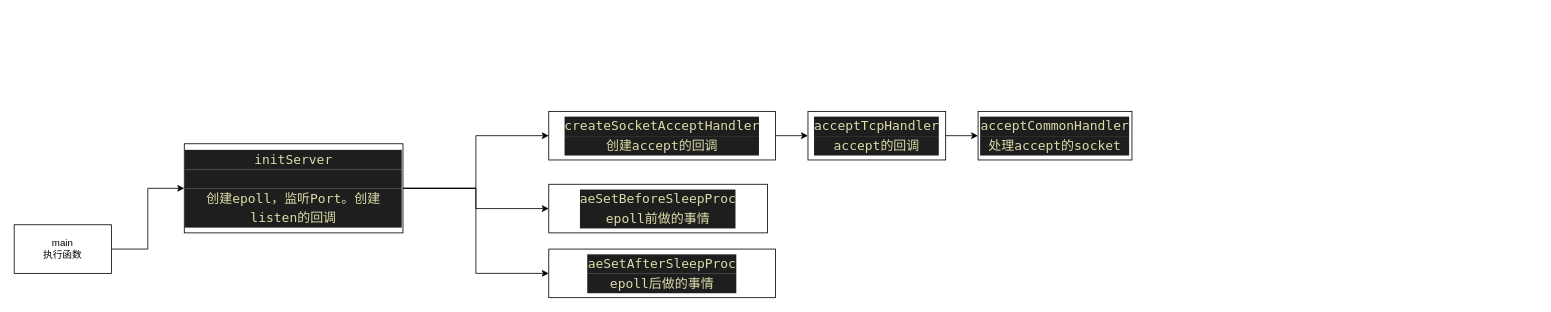
beijingqiuchang/drawio keeps this draw.io diagram as redis.drawio. Above is the earlier version. Source tidied: cells renumbered, new cells numbered last; positions are measured from the earlier drawing's top-left corner, leaving out a move shared by most shapes. Both pictures are drawn from the tidied source at 81%, with x=0, y=0 at pixel (14, 111).
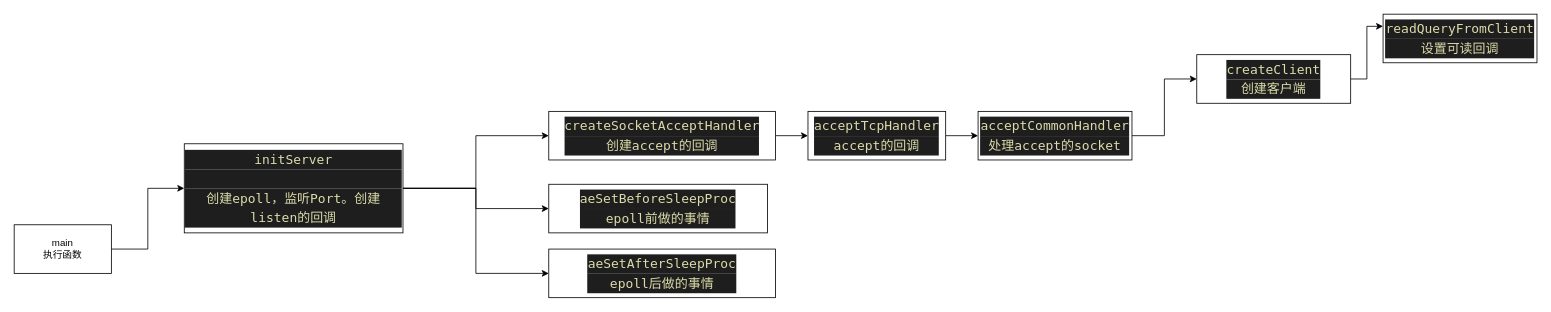
Above is the later version.

The edit, as a diff of the source:
```diff
@@
 <mxGraphModel>
   <root>
     <mxCell id="0" />
     <mxCell id="1" parent="0" />
     <mxCell id="2" style="edgeStyle=orthogonalEdgeStyle;rounded=0;jettySize=auto;html=1;exitX=1;exitY=0.5;exitDx=0;exitDy=0;entryX=0;entryY=0.5;entryDx=0;entryDy=0;" parent="1" edge="1" source="3" target="7">
       <mxGeometry relative="1" as="geometry" />
     </mxCell>
     <mxCell id="3" value="main&lt;br&gt;执行函数" style="rounded=0;whiteSpace=wrap;html=1;" parent="1" vertex="1">
       <mxGeometry y="140" width="120" height="60" as="geometry" />
     </mxCell>
     <mxCell id="4" style="edgeStyle=orthogonalEdgeStyle;rounded=0;jettySize=auto;html=1;exitX=1;exitY=0.5;exitDx=0;exitDy=0;" parent="1" edge="1" source="7" target="9">
       <mxGeometry relative="1" as="geometry" />
     </mxCell>
     <mxCell id="5" style="edgeStyle=orthogonalEdgeStyle;rounded=0;jettySize=auto;html=1;exitX=1;exitY=0.5;exitDx=0;exitDy=0;entryX=0;entryY=0.5;entryDx=0;entryDy=0;" parent="1" edge="1" source="7" target="10">
       <mxGeometry relative="1" as="geometry" />
     </mxCell>
     <mxCell id="6" style="edgeStyle=orthogonalEdgeStyle;rounded=0;jettySize=auto;html=1;exitX=1;exitY=0.5;exitDx=0;exitDy=0;entryX=0;entryY=0.5;entryDx=0;entryDy=0;" parent="1" edge="1" source="7" target="11">
       <mxGeometry relative="1" as="geometry" />
     </mxCell>
     <mxCell id="7" value="&lt;div style=&quot;color: rgb(212 , 212 , 212) ; background-color: rgb(30 , 30 , 30) ; font-family: &amp;#34;menlo&amp;#34; , &amp;#34;monaco&amp;#34; , &amp;#34;courier new&amp;#34; , monospace ; font-size: 16px ; line-height: 24px&quot;&gt;&lt;span style=&quot;color: #dcdcaa&quot;&gt;initServer&lt;/span&gt;&lt;/div&gt;&lt;div style=&quot;color: rgb(212 , 212 , 212) ; background-color: rgb(30 , 30 , 30) ; font-family: &amp;#34;menlo&amp;#34; , &amp;#34;monaco&amp;#34; , &amp;#34;courier new&amp;#34; , monospace ; font-size: 16px ; line-height: 24px&quot;&gt;&lt;span style=&quot;color: #dcdcaa&quot;&gt;&lt;br&gt;&lt;/span&gt;&lt;/div&gt;&lt;div style=&quot;color: rgb(212 , 212 , 212) ; background-color: rgb(30 , 30 , 30) ; font-family: &amp;#34;menlo&amp;#34; , &amp;#34;monaco&amp;#34; , &amp;#34;courier new&amp;#34; , monospace ; font-size: 16px ; line-height: 24px&quot;&gt;&lt;span style=&quot;color: #dcdcaa&quot;&gt;创建epoll，监听Port。创建listen的回调&lt;/span&gt;&lt;/div&gt;" style="rounded=0;whiteSpace=wrap;html=1;" parent="1" vertex="1">
       <mxGeometry x="210" y="40" width="270" height="110" as="geometry" />
     </mxCell>
     <mxCell id="8" style="edgeStyle=orthogonalEdgeStyle;rounded=0;jettySize=auto;html=1;exitX=1;exitY=0.5;exitDx=0;exitDy=0;entryX=0;entryY=0.5;entryDx=0;entryDy=0;" parent="1" edge="1" source="9" target="13">
       <mxGeometry relative="1" as="geometry" />
     </mxCell>
     <mxCell id="9" value="&lt;div style=&quot;color: rgb(212 , 212 , 212) ; background-color: rgb(30 , 30 , 30) ; font-family: &amp;#34;menlo&amp;#34; , &amp;#34;monaco&amp;#34; , &amp;#34;courier new&amp;#34; , monospace ; font-size: 16px ; line-height: 24px&quot;&gt;&lt;span style=&quot;color: #dcdcaa&quot;&gt;createSocketAcceptHandler&lt;/span&gt;&lt;/div&gt;&lt;div style=&quot;color: rgb(212 , 212 , 212) ; background-color: rgb(30 , 30 , 30) ; font-family: &amp;#34;menlo&amp;#34; , &amp;#34;monaco&amp;#34; , &amp;#34;courier new&amp;#34; , monospace ; font-size: 16px ; line-height: 24px&quot;&gt;&lt;span style=&quot;color: #dcdcaa&quot;&gt;创建accept的回调&lt;/span&gt;&lt;/div&gt;" style="rounded=0;whiteSpace=wrap;html=1;" parent="1" vertex="1">
       <mxGeometry x="660" width="280" height="60" as="geometry" />
     </mxCell>
     <mxCell id="10" value="&lt;div style=&quot;color: rgb(212 , 212 , 212) ; background-color: rgb(30 , 30 , 30) ; font-family: &amp;#34;menlo&amp;#34; , &amp;#34;monaco&amp;#34; , &amp;#34;courier new&amp;#34; , monospace ; font-size: 16px ; line-height: 24px&quot;&gt;&lt;span style=&quot;color: #dcdcaa&quot;&gt;aeSetBeforeSleepProc&lt;/span&gt;&lt;/div&gt;&lt;div style=&quot;color: rgb(212 , 212 , 212) ; background-color: rgb(30 , 30 , 30) ; font-family: &amp;#34;menlo&amp;#34; , &amp;#34;monaco&amp;#34; , &amp;#34;courier new&amp;#34; , monospace ; font-size: 16px ; line-height: 24px&quot;&gt;&lt;span style=&quot;color: #dcdcaa&quot;&gt;epoll前做的事情&lt;/span&gt;&lt;/div&gt;" style="rounded=0;whiteSpace=wrap;html=1;" parent="1" vertex="1">
       <mxGeometry x="660" y="90" width="270" height="60" as="geometry" />
     </mxCell>
     <mxCell id="11" value="&lt;div style=&quot;color: rgb(212 , 212 , 212) ; background-color: rgb(30 , 30 , 30) ; font-family: &amp;#34;menlo&amp;#34; , &amp;#34;monaco&amp;#34; , &amp;#34;courier new&amp;#34; , monospace ; font-size: 16px ; line-height: 24px&quot;&gt;&lt;span style=&quot;color: #dcdcaa&quot;&gt;aeSetAfterSleepProc&lt;/span&gt;&lt;/div&gt;&lt;div style=&quot;color: rgb(212 , 212 , 212) ; background-color: rgb(30 , 30 , 30) ; font-family: &amp;#34;menlo&amp;#34; , &amp;#34;monaco&amp;#34; , &amp;#34;courier new&amp;#34; , monospace ; font-size: 16px ; line-height: 24px&quot;&gt;&lt;span style=&quot;color: #dcdcaa&quot;&gt;epoll后做的事情&lt;/span&gt;&lt;/div&gt;" style="rounded=0;whiteSpace=wrap;html=1;" parent="1" vertex="1">
       <mxGeometry x="660" y="170" width="280" height="60" as="geometry" />
     </mxCell>
     <mxCell id="12" style="edgeStyle=orthogonalEdgeStyle;rounded=0;jettySize=auto;html=1;exitX=1;exitY=0.5;exitDx=0;exitDy=0;entryX=0;entryY=0.5;entryDx=0;entryDy=0;" parent="1" edge="1" source="13" target="14">
       <mxGeometry relative="1" as="geometry" />
     </mxCell>
     <mxCell id="13" value="&lt;div style=&quot;color: rgb(212 , 212 , 212) ; background-color: rgb(30 , 30 , 30) ; font-family: &amp;#34;menlo&amp;#34; , &amp;#34;monaco&amp;#34; , &amp;#34;courier new&amp;#34; , monospace ; font-size: 16px ; line-height: 24px&quot;&gt;&lt;span style=&quot;color: #dcdcaa&quot;&gt;acceptTcpHandler&lt;/span&gt;&lt;/div&gt;&lt;div style=&quot;color: rgb(212 , 212 , 212) ; background-color: rgb(30 , 30 , 30) ; font-family: &amp;#34;menlo&amp;#34; , &amp;#34;monaco&amp;#34; , &amp;#34;courier new&amp;#34; , monospace ; font-size: 16px ; line-height: 24px&quot;&gt;&lt;span style=&quot;color: #dcdcaa&quot;&gt;accept的回调&lt;/span&gt;&lt;/div&gt;" style="rounded=0;whiteSpace=wrap;html=1;" parent="1" vertex="1">
       <mxGeometry x="980" width="170" height="60" as="geometry" />
     </mxCell>
+    <mxCell id="15" style="edgeStyle=orthogonalEdgeStyle;rounded=0;jettySize=auto;html=1;exitX=1;exitY=0.5;exitDx=0;exitDy=0;entryX=0;entryY=0.5;entryDx=0;entryDy=0;" parent="1" edge="1" source="14" target="17">
+      <mxGeometry relative="1" as="geometry" />
+    </mxCell>
     <mxCell id="14" value="&lt;div style=&quot;color: rgb(212 , 212 , 212) ; background-color: rgb(30 , 30 , 30) ; font-family: &amp;#34;menlo&amp;#34; , &amp;#34;monaco&amp;#34; , &amp;#34;courier new&amp;#34; , monospace ; font-size: 16px ; line-height: 24px&quot;&gt;&lt;span style=&quot;color: rgb(220 , 220 , 170) ; font-family: &amp;#34;menlo&amp;#34; , &amp;#34;monaco&amp;#34; , &amp;#34;courier new&amp;#34; , monospace&quot;&gt;acceptCommonHandler&lt;/span&gt;&lt;/div&gt;&lt;div style=&quot;color: rgb(212 , 212 , 212) ; background-color: rgb(30 , 30 , 30) ; font-family: &amp;#34;menlo&amp;#34; , &amp;#34;monaco&amp;#34; , &amp;#34;courier new&amp;#34; , monospace ; font-size: 16px ; line-height: 24px&quot;&gt;&lt;span style=&quot;color: rgb(220 , 220 , 170) ; font-family: &amp;#34;menlo&amp;#34; , &amp;#34;monaco&amp;#34; , &amp;#34;courier new&amp;#34; , monospace&quot;&gt;处理accept的socket&lt;/span&gt;&lt;/div&gt;" style="rounded=0;whiteSpace=wrap;html=1;" parent="1" vertex="1">
       <mxGeometry x="1190" width="190" height="60" as="geometry" />
     </mxCell>
+    <mxCell id="16" style="edgeStyle=orthogonalEdgeStyle;rounded=0;jettySize=auto;html=1;exitX=1;exitY=0.5;exitDx=0;exitDy=0;entryX=0;entryY=0.25;entryDx=0;entryDy=0;" parent="1" edge="1" source="17" target="18">
+      <mxGeometry relative="1" as="geometry" />
+    </mxCell>
+    <mxCell id="17" value="&lt;div style=&quot;color: rgb(212 , 212 , 212) ; background-color: rgb(30 , 30 , 30) ; font-family: &amp;#34;menlo&amp;#34; , &amp;#34;monaco&amp;#34; , &amp;#34;courier new&amp;#34; , monospace ; font-size: 16px ; line-height: 24px&quot;&gt;&lt;span style=&quot;color: rgb(220 , 220 , 170) ; font-family: &amp;#34;menlo&amp;#34; , &amp;#34;monaco&amp;#34; , &amp;#34;courier new&amp;#34; , monospace&quot;&gt;createClient&lt;/span&gt;&lt;/div&gt;&lt;div style=&quot;background-color: rgb(30 , 30 , 30) ; font-family: &amp;#34;menlo&amp;#34; , &amp;#34;monaco&amp;#34; , &amp;#34;courier new&amp;#34; , monospace ; font-size: 16px ; line-height: 24px&quot;&gt;&lt;font color=&quot;#dcdcaa&quot;&gt;创建客户端&lt;/font&gt;&lt;/div&gt;" style="rounded=0;whiteSpace=wrap;html=1;" parent="1" vertex="1">
+      <mxGeometry x="1460" y="-70" width="190" height="60" as="geometry" />
+    </mxCell>
+    <mxCell id="18" value="&lt;div style=&quot;color: rgb(212 , 212 , 212) ; background-color: rgb(30 , 30 , 30) ; font-family: &amp;#34;menlo&amp;#34; , &amp;#34;monaco&amp;#34; , &amp;#34;courier new&amp;#34; , monospace ; font-size: 16px ; line-height: 24px&quot;&gt;&lt;div style=&quot;font-family: &amp;#34;menlo&amp;#34; , &amp;#34;monaco&amp;#34; , &amp;#34;courier new&amp;#34; , monospace ; line-height: 24px&quot;&gt;&lt;span style=&quot;color: #dcdcaa&quot;&gt;readQueryFromClient&lt;/span&gt;&lt;/div&gt;&lt;/div&gt;&lt;div style=&quot;background-color: rgb(30 , 30 , 30) ; font-family: &amp;#34;menlo&amp;#34; , &amp;#34;monaco&amp;#34; , &amp;#34;courier new&amp;#34; , monospace ; font-size: 16px ; line-height: 24px&quot;&gt;&lt;font color=&quot;#dcdcaa&quot;&gt;设置可读回调&lt;/font&gt;&lt;/div&gt;" style="rounded=0;whiteSpace=wrap;html=1;" parent="1" vertex="1">
+      <mxGeometry x="1690" y="-120" width="190" height="60" as="geometry" />
+    </mxCell>
   </root>
 </mxGraphModel>
```
